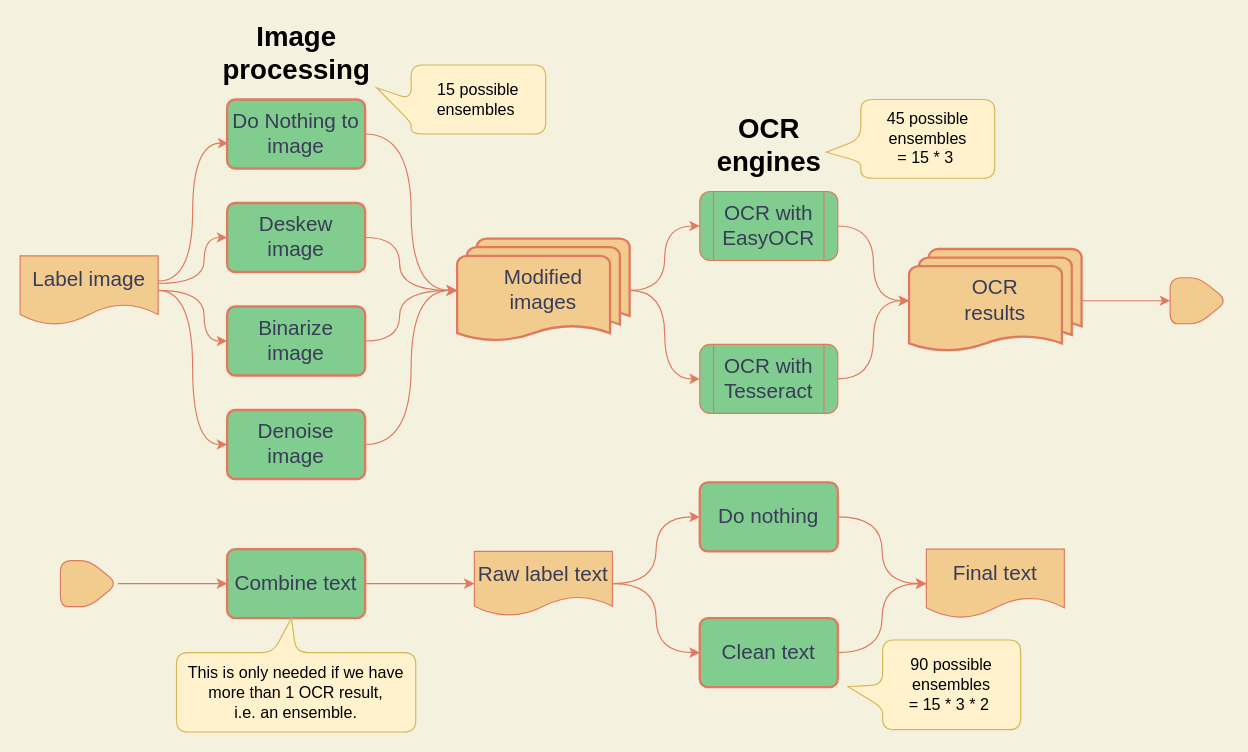
This is assets/ocr_flow.drawio from rafelafrance/digi_leap_old, a draw.io file, before an edit. Source tidied: cells renumbered, new cells numbered last; positions are measured from the earlier drawing's top-left corner, leaving out a move shared by most shapes. Both pictures are drawn from the tidied source at 115%, with x=0, y=0 at pixel (20, 30).
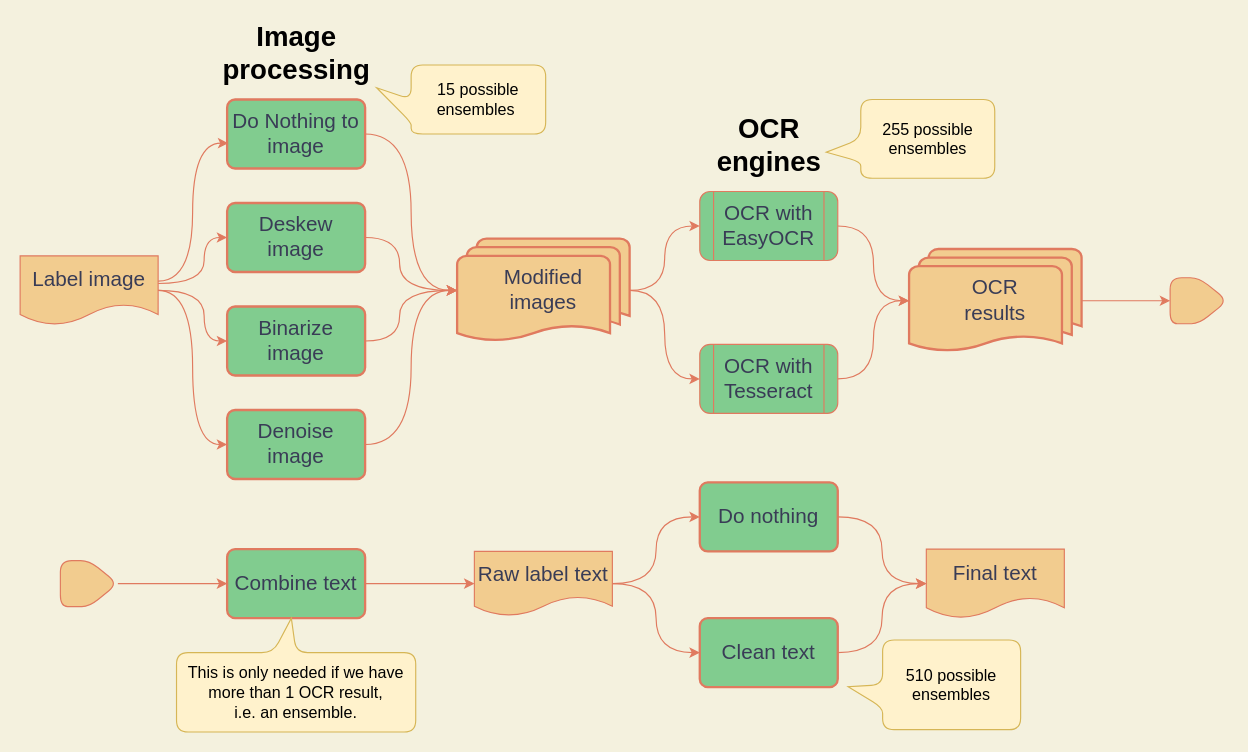
After the change.

The edit, as a diff of the source:
```diff
@@
-    <mxCell id="40" value="45 possible ensembles&lt;br&gt;= 15 * 3&amp;nbsp;" style="shape=callout;whiteSpace=wrap;html=1;perimeter=calloutPerimeter;fontSize=14;direction=south;position2=0.67;rounded=1;fillColor=#fff2cc;strokeColor=#d6b656;" parent="1" vertex="1">
+    <mxCell id="40" value="255 possible ensembles" style="shape=callout;whiteSpace=wrap;html=1;perimeter=calloutPerimeter;fontSize=14;direction=south;position2=0.67;rounded=1;fillColor=#fff2cc;strokeColor=#d6b656;" parent="1" vertex="1">
       <mxGeometry x="701" y="60" width="146.5" height="68.5" as="geometry" />
     </mxCell>
-    <mxCell id="41" value="90&amp;nbsp;possible&lt;br&gt;ensembles&lt;br&gt;= 15 * 3&amp;nbsp;* 2&amp;nbsp;" style="shape=callout;whiteSpace=wrap;html=1;perimeter=calloutPerimeter;fontSize=14;direction=south;position2=0.52;rounded=1;fillColor=#fff2cc;strokeColor=#d6b656;" parent="1" vertex="1">
+    <mxCell id="41" value="510 possible&lt;br&gt;ensembles" style="shape=callout;whiteSpace=wrap;html=1;perimeter=calloutPerimeter;fontSize=14;direction=south;position2=0.52;rounded=1;fillColor=#fff2cc;strokeColor=#d6b656;" parent="1" vertex="1">
       <mxGeometry x="720" y="530" width="150" height="78" as="geometry" />
     </mxCell>
```
